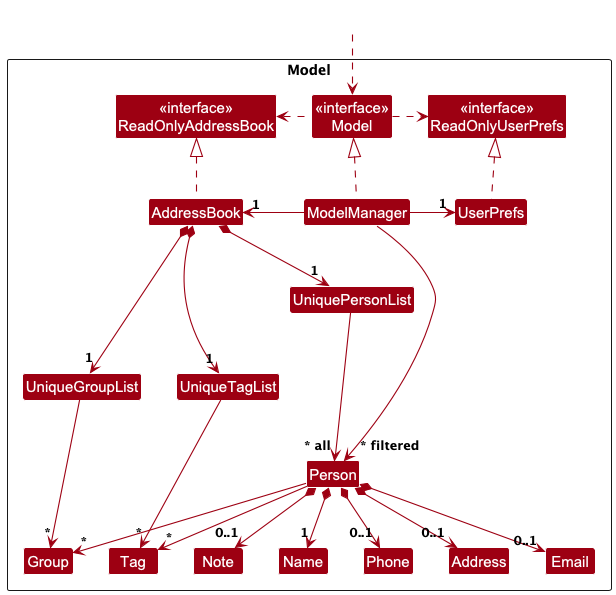
mengshuos/tp keeps this PlantUML diagram as docs/images/ModelClassDiagram.png. Above is the earlier version.
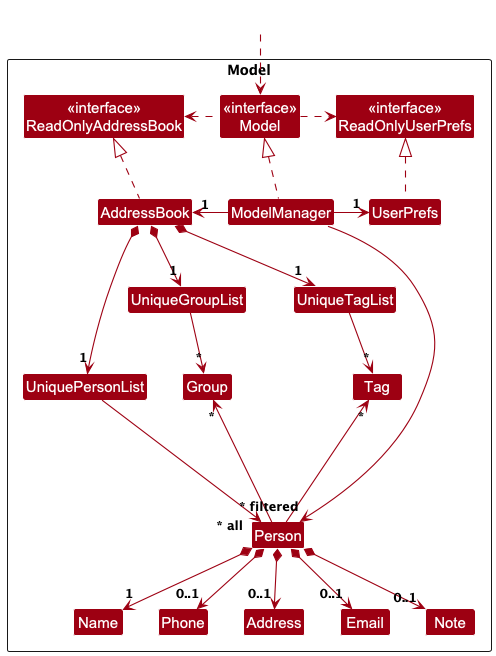
The same diagram one commit later.

Change to the diagram source:
```diff
@@ -52,8 +52,8 @@
 Person *--> "0..1" Phone
 Person *--> "0..1"Email
 Person *--> "0..1" Address
-Person --> "*" Tag
-Person --> "*" Group
+Person -up--> "*" Tag
+Person -up--> "*" Group
 Person *--> "0..1" Note
 
 Person -[hidden]up--> I
```
